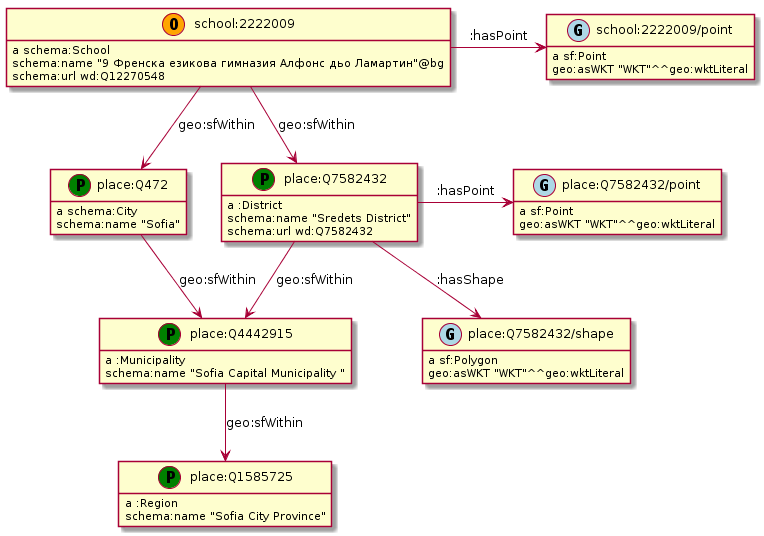
This is model/school-geo.png from data-for-good-bg/semantic-schools, a PlantUML export, as it was before one commit.
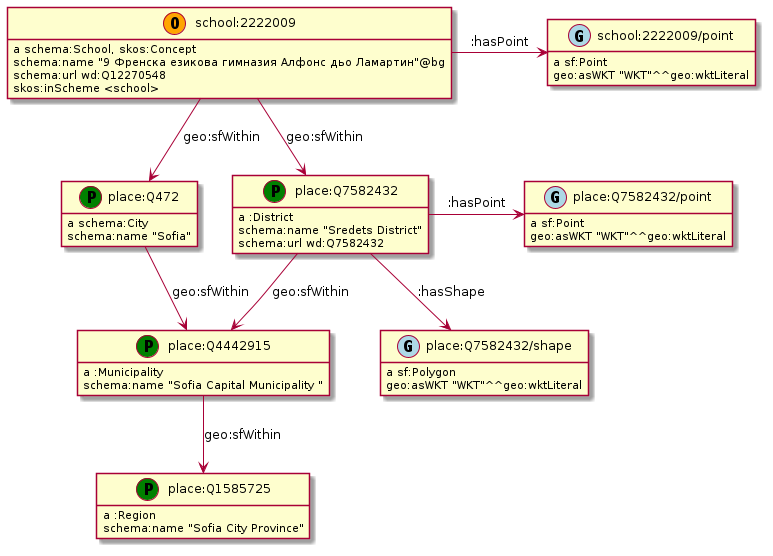
Above is the later version.

The edit, as a diff of the source:
```diff
@@ -2,7 +2,7 @@
 hide empty methods
 hide empty attributes
 hide circle
-skinparam classAttributeIconSize 0
+
 class school_2222009 as "school:2222009"
 class school_2222009 <<(O,orange)>>
 show school_2222009 circle
@@ -27,32 +27,33 @@
 class place_Q7582432_shape as "place:Q7582432/shape"
 class place_Q7582432_shape <<(G,lightblue)>>
 show place_Q7582432_shape circle
+place_Q1585725 : a :Region
+place_Q1585725 : schema:name "Sofia City Province"
+place_Q4442915 : a :Municipality
+place_Q4442915 -down-> place_Q1585725 : geo:sfWithin
+place_Q4442915 : schema:name "Sofia Capital Municipality "
+place_Q472 : a schema:City
+place_Q472 -down-> place_Q4442915 : geo:sfWithin
+place_Q472 : schema:name "Sofia"
 place_Q7582432 : a :District
+place_Q7582432 -down-> place_Q4442915 : geo:sfWithin
+place_Q7582432 -left[hidden]-> place_Q472
 place_Q7582432 -right-> place_Q7582432_point : :hasPoint
-place_Q7582432 -left[hidden]-> place_Q472
-place_Q7582432 -down-> place_Q4442915 : geo:sfWithin
 place_Q7582432 -right-> place_Q7582432_shape : :hasShape
 place_Q7582432 : schema:name "Sredets District"
 place_Q7582432 : schema:url wd:Q7582432
-place_Q472 : a schema:City
-place_Q472 -down-> place_Q4442915 : geo:sfWithin
-place_Q472 : schema:name "Sofia"
-place_Q4442915 : a :Municipality
-place_Q4442915 -down-> place_Q1585725 : geo:sfWithin
-place_Q4442915 : schema:name "Sofia Capital Municipality "
 place_Q7582432_point : a sf:Point
 place_Q7582432_point -down[hidden]-> place_Q7582432_shape
 place_Q7582432_point : geo:asWKT "WKT"^^geo:wktLiteral
 place_Q7582432_shape : a sf:Polygon
 place_Q7582432_shape : geo:asWKT "WKT"^^geo:wktLiteral
-place_Q1585725 : a :Region
-place_Q1585725 : schema:name "Sofia City Province"
-school_2222009 : a schema:School
+school_2222009 : a schema:School, skos:Concept
+school_2222009 -down-> place_Q472 : geo:sfWithin
+school_2222009 -down-> place_Q7582432 : geo:sfWithin
 school_2222009 -right-> school_2222009_point : :hasPoint
-school_2222009 -down-> place_Q7582432 : geo:sfWithin
-school_2222009 -down-> place_Q472 : geo:sfWithin
 school_2222009 : schema:name "9 Френска езикова гимназия Алфонс дьо Ламартин"@bg
 school_2222009 : schema:url wd:Q12270548
+school_2222009 : skos:inScheme <school>
 school_2222009_point : a sf:Point
 school_2222009_point : geo:asWKT "WKT"^^geo:wktLiteral
 @enduml
```
